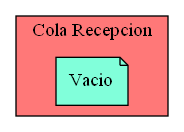
Before: Cola_Reception.png, a diagram exported from Graphviz (Serch-ING/EDD_UDRAWING_202000119). Its source is kept beside it as Cola_Reception.dot. The source it was exported from:
```dot
digraph L {
node[shape=note fillcolor="#A181FF" style =filled]
subgraph cluster_p{
    label= " Cola Recepcion "
    bgcolor = "#FF7878"
Nodo1008925772[label="Vacio",fillcolor="#81FFDA"]

}}
```
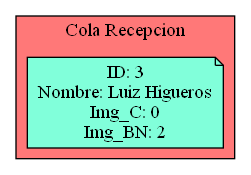
The same diagram one commit later.

The edit, as a diff of the source:
```diff
@@ -3,6 +3,8 @@
 subgraph cluster_p{
     label= " Cola Recepcion "
     bgcolor = "#FF7878"
-Nodo1008925772[label="Vacio",fillcolor="#81FFDA"]
-
+Nodo884452399[label="ID: 3
+Nombre: Luiz Higueros
+Img_C: 0
+Img_BN: 2",fillcolor="#81FFDA"]
 }}
```
